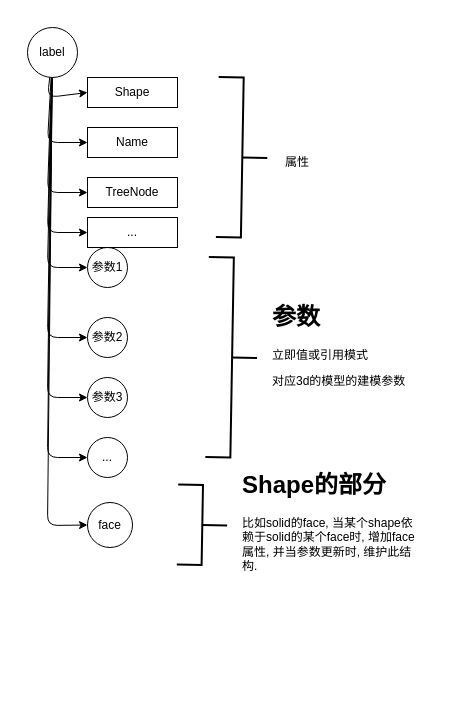
Earlier version of the draw.io diagram doc/Doc_Shape.drawio (nochat1205/RedPanda). Source tidied: cells renumbered, new cells numbered last; positions are measured from the earlier drawing's top-left corner, leaving out a move shared by most shapes. Both pictures are drawn from the tidied source at 100%, with x=0, y=0 at pixel (27, 27).
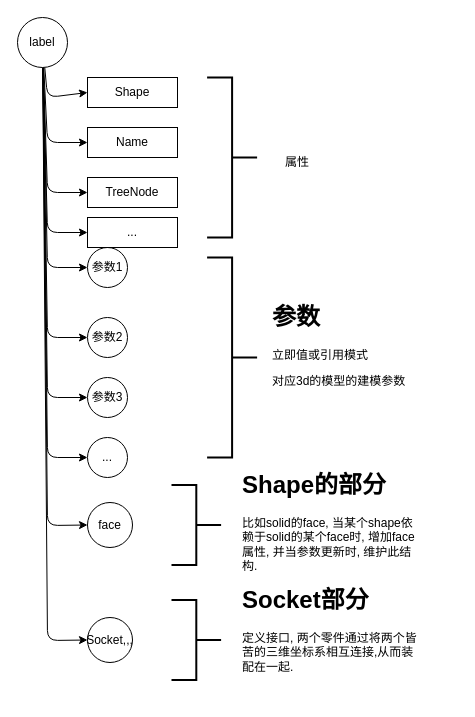
Above is the later version.

The edit, as a diff of the source:
```diff
@@
+    <mxCell id="27" style="edgeStyle=none;html=1;entryX=0;entryY=0.5;entryDx=0;entryDy=0;" parent="1" edge="1" source="11" target="28">
+      <mxGeometry relative="1" as="geometry">
+        <Array as="points">
+          <mxPoint x="20" y="613" />
+        </Array>
+      </mxGeometry>
+    </mxCell>
     <mxCell id="11" value="label" style="ellipse;whiteSpace=wrap;html=1;" parent="1" vertex="1">
-      <mxGeometry width="50" height="50" as="geometry" />
+      <mxGeometry x="-10" y="-10" width="50" height="50" as="geometry" />
     </mxCell>
@@
-    <mxCell id="20" style="strokeWidth=2;html=1;shape=mxgraph.flowchart.annotation_2;align=left;labelPosition=right;rotation=-179;" parent="1" vertex="1">
-      <mxGeometry x="189.8" y="50" width="50" height="160" as="geometry" />
+    <mxCell id="20" style="strokeWidth=2;html=1;shape=mxgraph.flowchart.annotation_2;align=left;labelPosition=right;rotation=-180;" parent="1" vertex="1">
+      <mxGeometry x="179.6" y="50" width="50" height="160" as="geometry" />
     </mxCell>
@@
-    <mxCell id="22" style="strokeWidth=2;html=1;shape=mxgraph.flowchart.annotation_2;align=left;labelPosition=right;rotation=-179;" parent="1" vertex="1">
+    <mxCell id="22" style="strokeWidth=2;html=1;shape=mxgraph.flowchart.annotation_2;align=left;labelPosition=right;rotation=-180;" parent="1" vertex="1">
       <mxGeometry x="179.6" y="230" width="50" height="200" as="geometry" />
     </mxCell>
@@
-    <mxCell id="25" style="strokeWidth=2;html=1;shape=mxgraph.flowchart.annotation_2;align=left;labelPosition=right;rotation=-179;" parent="1" vertex="1">
-      <mxGeometry x="150" y="457.5" width="49.6" height="80" as="geometry" />
+    <mxCell id="25" style="strokeWidth=2;html=1;shape=mxgraph.flowchart.annotation_2;align=left;labelPosition=right;rotation=-180;" parent="1" vertex="1">
+      <mxGeometry x="144" y="457.5" width="49.6" height="80" as="geometry" />
     </mxCell>
@@
+    <mxCell id="28" value="Socket,,," style="ellipse;whiteSpace=wrap;html=1;" parent="1" vertex="1">
+      <mxGeometry x="60" y="590" width="45" height="45" as="geometry" />
+    </mxCell>
+    <mxCell id="29" style="strokeWidth=2;html=1;shape=mxgraph.flowchart.annotation_2;align=left;labelPosition=right;rotation=-180;" parent="1" vertex="1">
+      <mxGeometry x="144" y="572.5" width="49.6" height="80" as="geometry" />
+    </mxCell>
+    <mxCell id="30" value="&lt;h1&gt;Socket部分&lt;/h1&gt;&lt;div&gt;定义接口, 两个零件通过将两个皆苦的三维坐标系相互连接,从而装配在一起.&lt;/div&gt;" style="text;html=1;strokeColor=none;fillColor=none;spacing=5;spacingTop=-20;whiteSpace=wrap;overflow=hidden;rounded=0;" parent="1" vertex="1">
+      <mxGeometry x="210" y="552.5" width="190" height="120" as="geometry" />
+    </mxCell>
```
